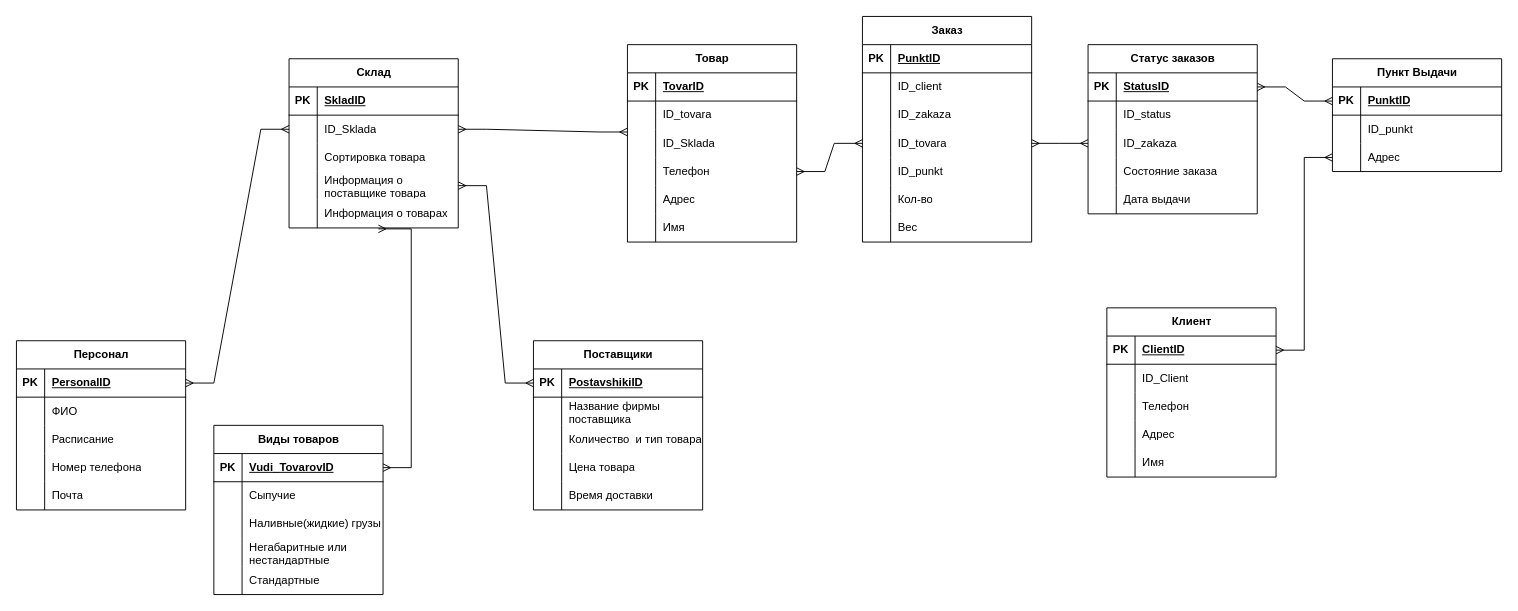
Above: wildberriesDiagram.drawio in sdFDJSHFHAD/SuvorinPB-31 (draw.io), before the change. Source tidied: cells renumbered, new cells numbered last; positions are measured from the earlier drawing's top-left corner, leaving out a move shared by most shapes. Both pictures are drawn from the tidied source at 94%, with x=0, y=0 at pixel (16, 16).
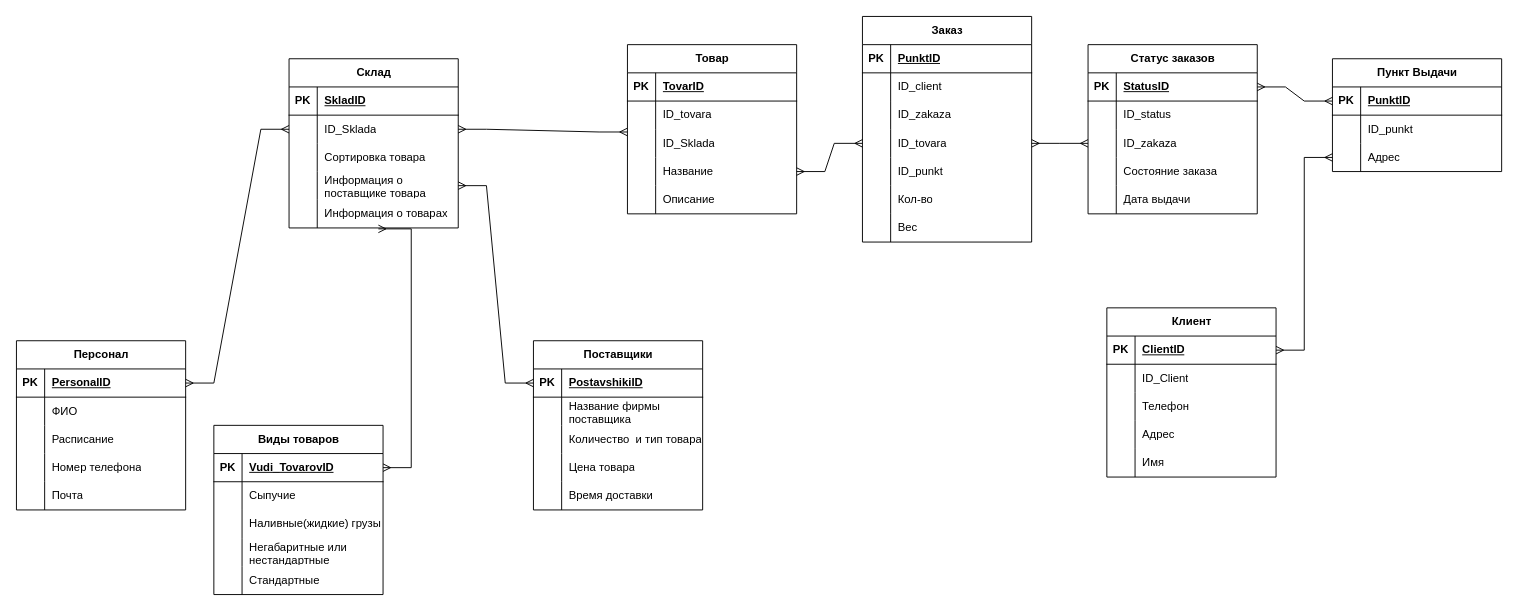
After the change.

The change refers to these unchanged cells:
```xml
<mxCell id="125" style="shape=tableRow;horizontal=0;startSize=0;swimlaneHead=0;swimlaneBody=0;fillColor=none;points=[[0,0.5],[1,0.5]];portConstraint=eastwest;top=0;left=0;right=0;bottom=0;" parent="115" vertex="1">
  <mxGeometry y="120" width="180" height="30" as="geometry" />
</mxCell>
<mxCell id="128" style="shape=tableRow;horizontal=0;startSize=0;swimlaneHead=0;swimlaneBody=0;fillColor=none;top=0;left=0;right=0;bottom=0;" parent="115" vertex="1">
  <mxGeometry y="150" width="180" height="30" as="geometry" />
</mxCell>
```

The edit, as a diff of the source:
```diff
@@
     <mxCell id="115" value="Товар" style="shape=table;startSize=30;childLayout=tableLayout;rowLines=0;fontStyle=1;align=center;html=1;" parent="1" vertex="1">
-      <mxGeometry x="650" y="30" width="180" height="210" as="geometry" />
+      <mxGeometry x="650" y="30" width="180" height="180" as="geometry" />
     </mxCell>
@@
-    <mxCell id="127" value="Телефон" style="shape=partialRectangle;fillColor=none;top=0;left=0;bottom=0;right=0;align=left;spacingLeft=6;overflow=hidden;whiteSpace=wrap;html=1;" parent="125" vertex="1">
+    <mxCell id="127" value="Название" style="shape=partialRectangle;fillColor=none;top=0;left=0;bottom=0;right=0;align=left;spacingLeft=6;overflow=hidden;whiteSpace=wrap;html=1;" parent="125" vertex="1">
       <mxGeometry x="30" width="150" height="30" as="geometry" />
     </mxCell>
@@
-    <mxCell id="130" value="Адрес" style="shape=partialRectangle;fillColor=none;top=0;left=0;bottom=0;right=0;align=left;spacingLeft=6;overflow=hidden;whiteSpace=wrap;html=1;" parent="128" vertex="1">
+    <mxCell id="130" value="Описание" style="shape=partialRectangle;fillColor=none;top=0;left=0;bottom=0;right=0;align=left;spacingLeft=6;overflow=hidden;whiteSpace=wrap;html=1;" parent="128" vertex="1">
       <mxGeometry x="30" width="150" height="30" as="geometry" />
     </mxCell>
-    <mxCell id="131" style="shape=tableRow;horizontal=0;startSize=0;swimlaneHead=0;swimlaneBody=0;fillColor=none;top=0;left=0;right=0;bottom=0;" parent="115" vertex="1">
-      <mxGeometry y="180" width="180" height="30" as="geometry" />
-    </mxCell>
-    <mxCell id="132" style="shape=partialRectangle;fillColor=none;top=0;left=0;bottom=0;right=0;overflow=hidden;whiteSpace=wrap;html=1;" parent="131" vertex="1">
-      <mxGeometry width="30" height="30" as="geometry" />
-    </mxCell>
-    <mxCell id="133" value="Имя" style="shape=partialRectangle;fillColor=none;top=0;left=0;bottom=0;right=0;align=left;spacingLeft=6;overflow=hidden;whiteSpace=wrap;html=1;" parent="131" vertex="1">
-      <mxGeometry x="30" width="150" height="30" as="geometry" />
-    </mxCell>
```
